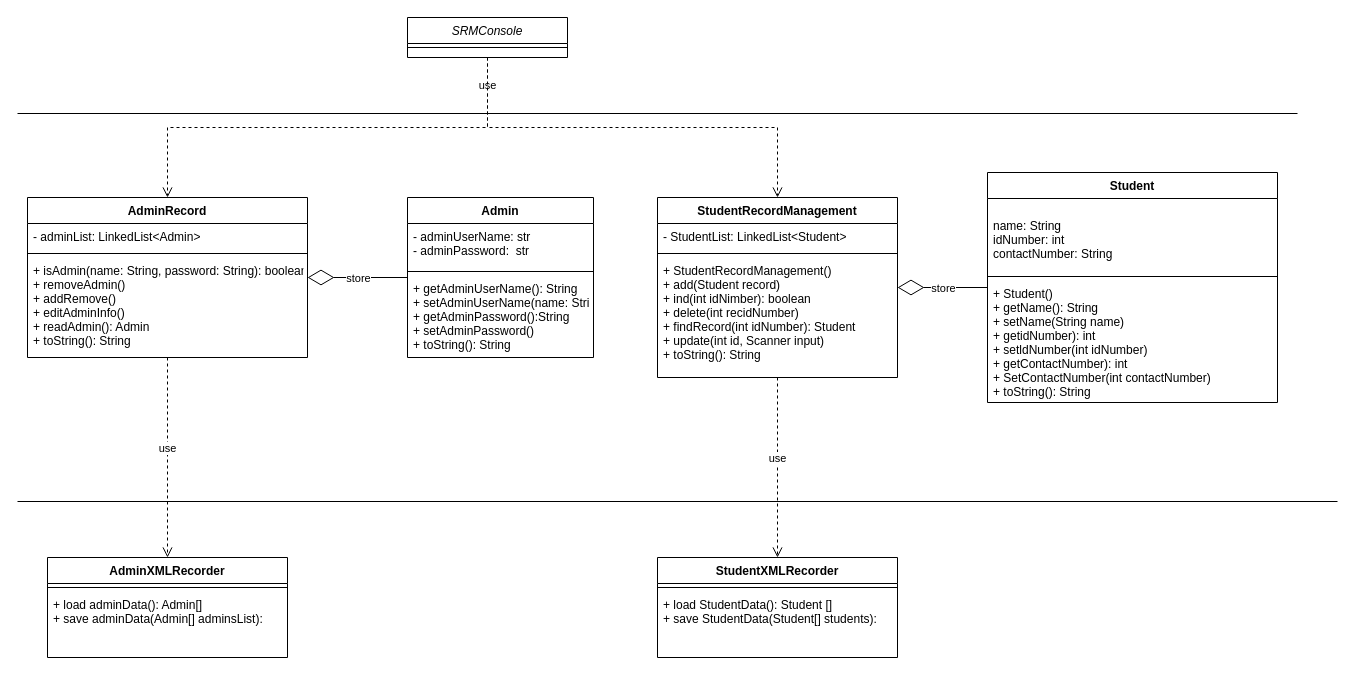
Above: Untitled Diagram.drawio in ReggieReo/ReggieReo (draw.io), before the change. Source tidied: cells renumbered, new cells numbered last; positions are measured from the earlier drawing's top-left corner, leaving out a move shared by most shapes. Both pictures are drawn from the tidied source at 100%, with x=0, y=0 at pixel (17, 17).
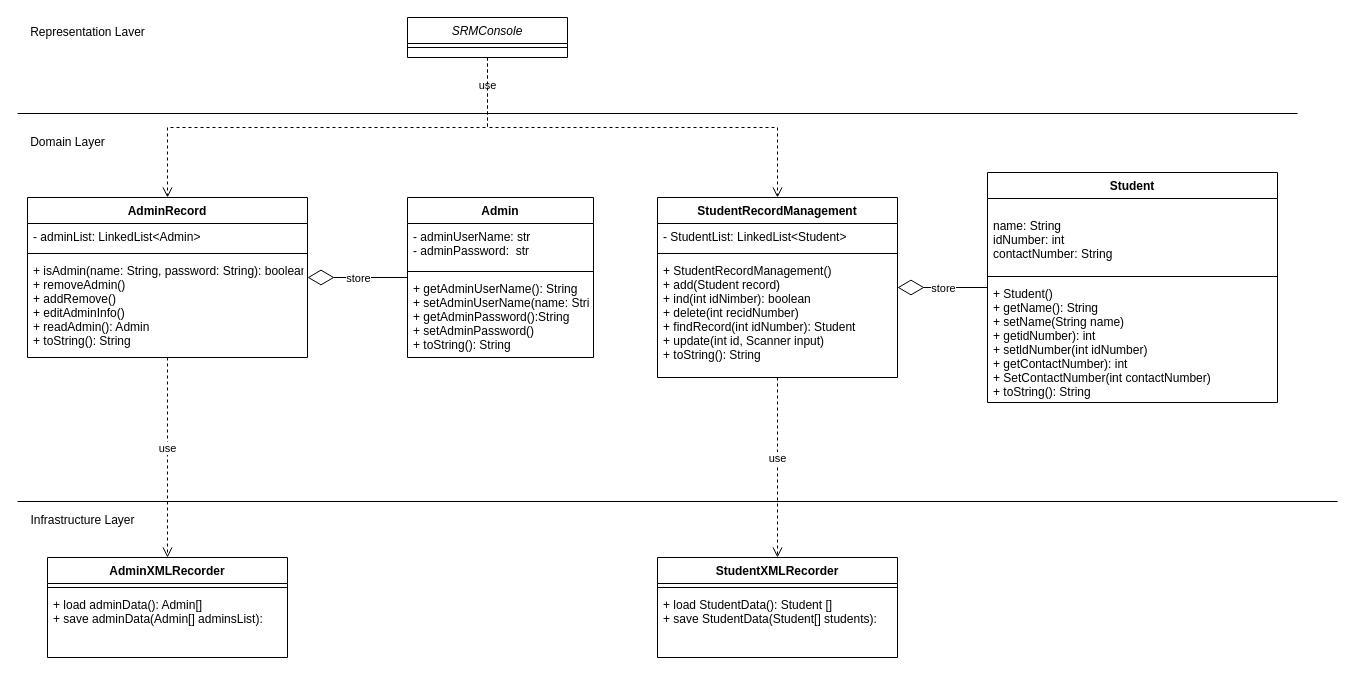
The same page after the edit.

What changed in the source:
```diff
@@
+    <mxCell id="36" value="Representation Laver" style="text;html=1;align=center;verticalAlign=middle;strokeColor=none;fillColor=none;" parent="1" vertex="1">
+      <mxGeometry width="140" height="30" as="geometry" />
+    </mxCell>
+    <mxCell id="37" value="Domain Layer" style="text;html=1;align=center;verticalAlign=middle;strokeColor=none;fillColor=none;" parent="1" vertex="1">
+      <mxGeometry y="110" width="100" height="30" as="geometry" />
+    </mxCell>
+    <mxCell id="38" value="Infrastructure Layer" style="text;html=1;align=center;verticalAlign=middle;strokeColor=none;fillColor=none;" parent="1" vertex="1">
+      <mxGeometry y="488" width="130" height="30" as="geometry" />
+    </mxCell>
```
